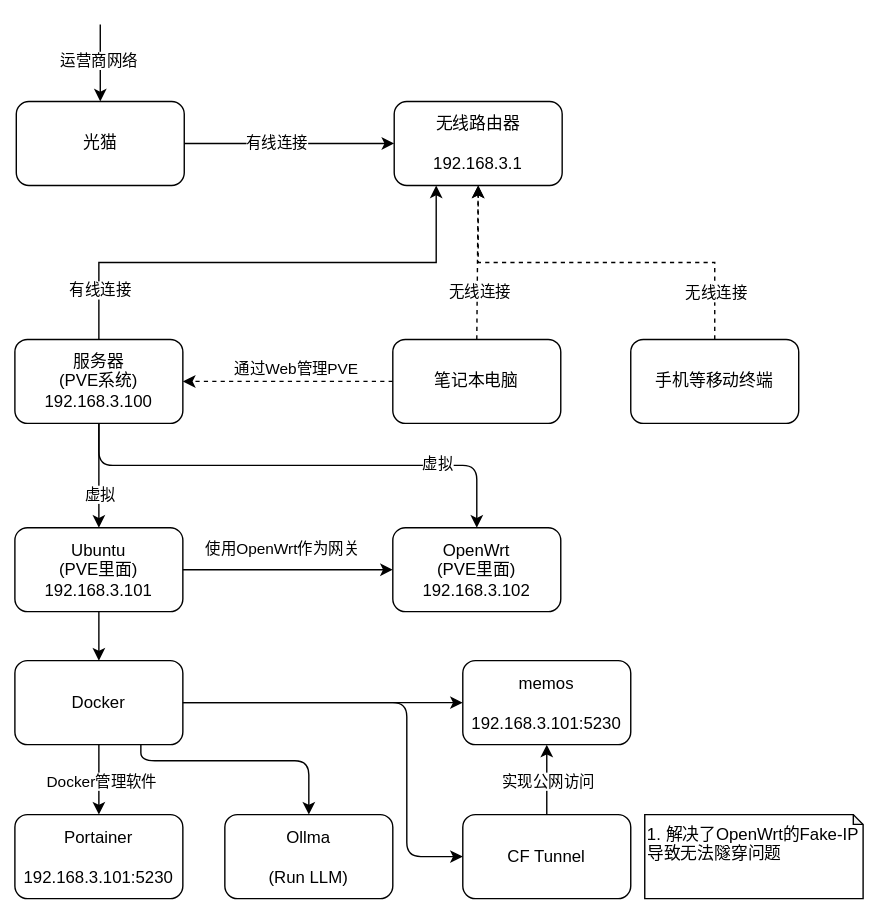
Before: public/homelab/Moatkon-HomeLab-Arch-Deploy-Details.drawio.svg, a diagram exported from draw.io (moatkon/moatkon). Source tidied: cells renumbered, new cells last; positions are measured from the earlier drawing's top-left corner, leaving out a move shared by most shapes.
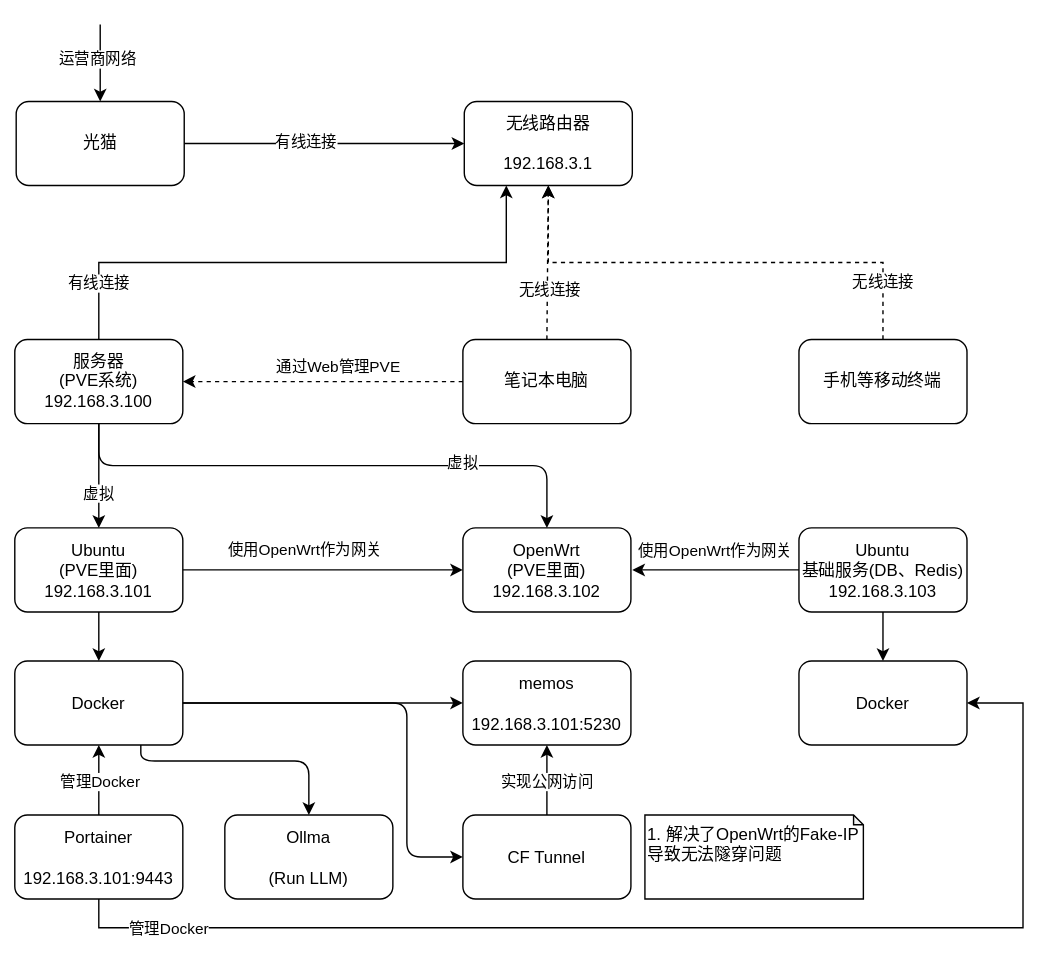
Above is the later version.

The edit, as a diff of the source:
```diff
@@ -20,7 +20,7 @@
       <mxGeometry x="1" y="55" width="120" height="60" as="geometry" />
     </mxCell>
     <mxCell id="7" value="无线路由器&lt;br&gt;&lt;span style=&quot;color: rgb(0, 0, 0);&quot;&gt;&lt;br&gt;192.168.3.1&lt;/span&gt;" style="whiteSpace=wrap;html=1;rounded=1;fillColor=none;" parent="1" vertex="1">
-      <mxGeometry x="271" y="55" width="120" height="60" as="geometry" />
+      <mxGeometry x="321" y="55" width="120" height="60" as="geometry" />
     </mxCell>
     <mxCell id="8" style="rounded=0;jettySize=auto;html=1;exitX=0.5;exitY=0;exitDx=0;exitDy=0;dashed=1;entryX=0.5;entryY=1;entryDx=0;entryDy=0;" parent="1" edge="1" source="13" target="7">
       <mxGeometry relative="1" as="geometry" />
@@ -42,7 +42,7 @@
       </mxGeometry>
     </mxCell>
     <mxCell id="13" value="笔记本电脑" style="rounded=1;whiteSpace=wrap;html=1;fillColor=none;" parent="1" vertex="1">
-      <mxGeometry x="270" y="225" width="120" height="60" as="geometry" />
+      <mxGeometry x="320" y="225" width="120" height="60" as="geometry" />
     </mxCell>
     <mxCell id="14" style="rounded=0;jettySize=auto;html=1;exitX=0.5;exitY=0;exitDx=0;exitDy=0;entryX=0.5;entryY=1;entryDx=0;entryDy=0;dashed=1;edgeStyle=orthogonalEdgeStyle;" parent="1" edge="1" source="16" target="7">
       <mxGeometry relative="1" as="geometry" />
@@ -51,7 +51,7 @@
       <mxGeometry x="-0.76" relative="1" as="geometry" />
     </mxCell>
     <mxCell id="16" value="手机等移动终端" style="rounded=1;whiteSpace=wrap;html=1;fillColor=none;" parent="1" vertex="1">
-      <mxGeometry x="440" y="225" width="120" height="60" as="geometry" />
+      <mxGeometry x="560" y="225" width="120" height="60" as="geometry" />
     </mxCell>
     <mxCell id="17" style="edgeStyle=orthogonalEdgeStyle;rounded=0;jettySize=auto;html=1;exitX=0.5;exitY=0;exitDx=0;exitDy=0;entryX=0.25;entryY=1;entryDx=0;entryDy=0;" parent="1" edge="1" source="23" target="7">
       <mxGeometry relative="1" as="geometry" />
@@ -71,13 +71,13 @@
       <mxGeometry relative="1" as="geometry">
         <Array as="points">
           <mxPoint x="60" y="315" />
-          <mxPoint x="330" y="315" />
+          <mxPoint x="380" y="315" />
         </Array>
       </mxGeometry>
     </mxCell>
     <mxCell id="22" value="&lt;span style=&quot;color: rgb(0, 0, 0);&quot;&gt;虚拟&lt;/span&gt;" style="edgeLabel;html=1;align=center;verticalAlign=middle;" parent="21" vertex="1">
       <mxGeometry x="0.18" y="3" relative="1" as="geometry">
-        <mxPoint x="68" y="1" as="offset" />
+        <mxPoint x="57" y="1" as="offset" />
       </mxGeometry>
     </mxCell>
     <mxCell id="23" value="服务器&lt;br&gt;(PVE系统)&lt;br&gt;&lt;span style=&quot;color: rgb(0, 0, 0);&quot;&gt;192.168.3.100&lt;/span&gt;" style="rounded=1;whiteSpace=wrap;html=1;fillColor=none;" parent="1" vertex="1">
@@ -95,7 +95,7 @@
       <mxGeometry y="359.5" width="120" height="60" as="geometry" />
     </mxCell>
     <mxCell id="27" value="OpenWrt&lt;br&gt;(PVE里面)&lt;br&gt;&lt;span style=&quot;color: rgb(0, 0, 0);&quot;&gt;192.168.3.102&lt;/span&gt;" style="rounded=1;whiteSpace=wrap;html=1;fillColor=none;" parent="1" vertex="1">
-      <mxGeometry x="270" y="359.5" width="120" height="60" as="geometry" />
+      <mxGeometry x="320" y="359.5" width="120" height="60" as="geometry" />
     </mxCell>
     <mxCell id="28" style="edgeStyle=none;html=1;exitX=1;exitY=0.5;exitDx=0;exitDy=0;entryX=0;entryY=0.5;entryDx=0;entryDy=0;" parent="1" edge="1" source="33" target="35">
       <mxGeometry relative="1" as="geometry" />
@@ -108,10 +108,10 @@
         </Array>
       </mxGeometry>
     </mxCell>
-    <mxCell id="30" style="edgeStyle=orthogonalEdgeStyle;rounded=0;jettySize=auto;html=1;exitX=0.5;exitY=1;exitDx=0;exitDy=0;entryX=0.5;entryY=0;entryDx=0;entryDy=0;" parent="1" edge="1" source="33" target="38">
+    <mxCell id="30" style="edgeStyle=orthogonalEdgeStyle;rounded=0;jettySize=auto;html=1;exitX=0.5;exitY=1;exitDx=0;exitDy=0;entryX=0.5;entryY=0;entryDx=0;entryDy=0;startArrow=classic;startFill=1;endArrow=none;endFill=0;" parent="1" edge="1" source="33" target="38">
       <mxGeometry relative="1" as="geometry" />
     </mxCell>
-    <mxCell id="31" value="Docker管理软件" style="edgeLabel;html=1;align=center;verticalAlign=middle;" parent="30" vertex="1">
+    <mxCell id="31" value="管理Docker" style="edgeLabel;html=1;align=center;verticalAlign=middle;" parent="30" vertex="1">
       <mxGeometry x="0.05" y="1" relative="1" as="geometry" />
     </mxCell>
     <mxCell id="32" style="edgeStyle=orthogonalEdgeStyle;html=1;exitX=0.75;exitY=1;exitDx=0;exitDy=0;entryX=0.5;entryY=0;entryDx=0;entryDy=0;" parent="1" edge="1" source="33" target="39">
@@ -139,7 +139,16 @@
         <mxPoint y="2" as="offset" />
       </mxGeometry>
     </mxCell>
+    <mxCell id="43" style="edgeStyle=orthogonalEdgeStyle;rounded=0;jettySize=auto;html=1;exitX=0.5;exitY=1;exitDx=0;exitDy=0;entryX=1;entryY=0.5;entryDx=0;entryDy=0;elbow=vertical;" parent="1" edge="1" source="38" target="48">
+      <mxGeometry relative="1" as="geometry">
+        <Array as="points">
+          <mxPoint x="60" y="645" />
+          <mxPoint x="720" y="645" />
+          <mxPoint x="720" y="485" />
+        </Array>
+      </mxGeometry>
+    </mxCell>
-    <mxCell id="38" value="Portainer&lt;br&gt;&lt;br&gt;192.168.3.101:5230" style="whiteSpace=wrap;html=1;fillColor=none;rounded=1;" parent="1" vertex="1">
+    <mxCell id="38" value="Portainer&lt;br&gt;&lt;br&gt;192.168.3.101:9443" style="whiteSpace=wrap;html=1;fillColor=none;rounded=1;" parent="1" vertex="1">
       <mxGeometry y="564.5" width="120" height="60" as="geometry" />
     </mxCell>
     <mxCell id="39" value="Ollma&lt;br&gt;&lt;br&gt;(Run LLM)" style="whiteSpace=wrap;html=1;fillColor=none;rounded=1;" parent="1" vertex="1">
@@ -154,5 +163,25 @@
     <mxCell id="42" value="1. 解决了OpenWrt的Fake-IP导致无法隧穿问题" style="shape=note;whiteSpace=wrap;html=1;backgroundOutline=1;darkOpacity=0.05;size=7;align=left;verticalAlign=top;fillColor=none;" parent="40" vertex="1">
       <mxGeometry x="130" width="156" height="60" as="geometry" />
     </mxCell>
+    <mxCell id="44" style="edgeStyle=orthogonalEdgeStyle;rounded=0;jettySize=auto;html=1;exitX=1;exitY=0.5;exitDx=0;exitDy=0;startArrow=classic;startFill=1;endArrow=none;endFill=0;" parent="1" edge="1" target="46">
+      <mxGeometry relative="1" as="geometry">
+        <mxPoint x="441" y="389.5" as="sourcePoint" />
+      </mxGeometry>
+    </mxCell>
+    <mxCell id="45" style="edgeStyle=orthogonalEdgeStyle;rounded=0;jettySize=auto;html=1;exitX=0.5;exitY=1;exitDx=0;exitDy=0;entryX=0.5;entryY=0;entryDx=0;entryDy=0;" parent="1" edge="1" source="46" target="48">
+      <mxGeometry relative="1" as="geometry" />
+    </mxCell>
+    <mxCell id="46" value="Ubuntu&lt;br&gt;基础服务(DB、Redis)&lt;br&gt;192.168.3.103" style="rounded=1;whiteSpace=wrap;html=1;fillColor=none;" parent="1" vertex="1">
+      <mxGeometry x="560" y="359.5" width="120" height="60" as="geometry" />
+    </mxCell>
+    <mxCell id="47" value="使用OpenWrt作为网关" style="edgeLabel;html=1;align=center;verticalAlign=middle;" parent="1" vertex="1">
+      <mxGeometry x="500" y="376" as="geometry" />
+    </mxCell>
+    <mxCell id="48" value="Docker" style="rounded=1;whiteSpace=wrap;html=1;fillColor=none;" parent="1" vertex="1">
+      <mxGeometry x="560" y="454.5" width="120" height="60" as="geometry" />
+    </mxCell>
+    <mxCell id="49" value="管理Docker" style="edgeLabel;html=1;align=center;verticalAlign=middle;" parent="1" vertex="1">
+      <mxGeometry x="110" y="646" as="geometry" />
+    </mxCell>
   </root>
 </mxGraphModel>
```
